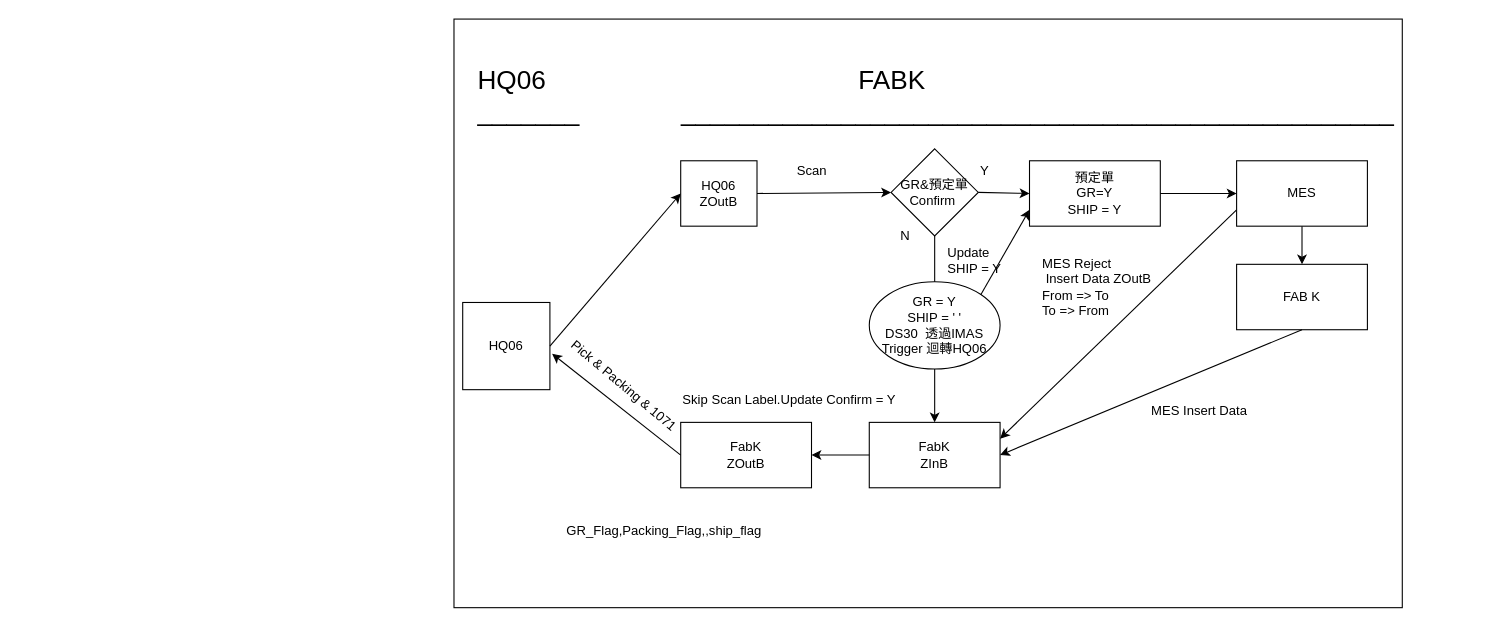
The draw.io diagram FABKtoFAB6.drawio in Charles886/zzcoco, before the edit. Source tidied: cells renumbered, new cells numbered last; positions are measured from the earlier drawing's top-left corner, leaving out a move shared by most shapes. Both pictures are drawn from the tidied source at 109%, with x=0, y=0 at pixel (453, 19).
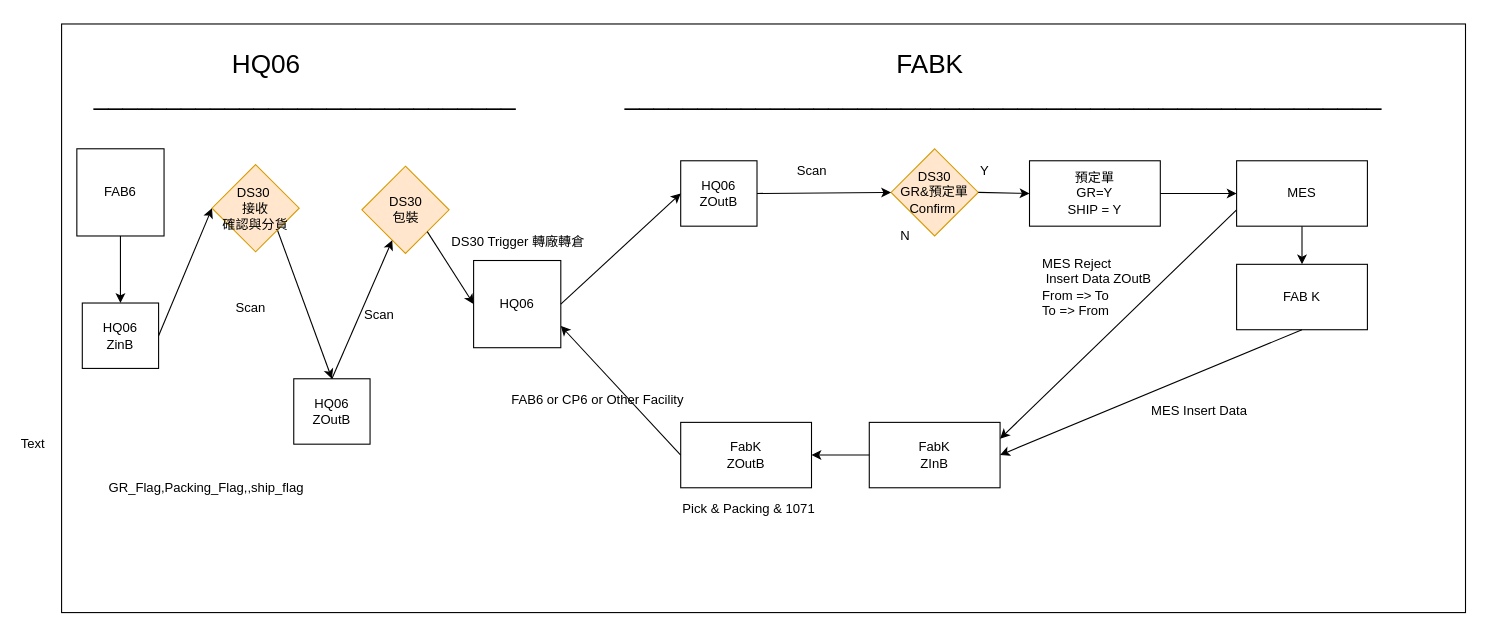
After the change.

Unchanged cells that the change refers to:
```xml
<mxCell id="4" value="FabK&lt;br&gt;ZInB" style="rounded=0;whiteSpace=wrap;html=1;" parent="1" vertex="1">
  <mxGeometry x="381" y="370" width="120" height="60" as="geometry" />
</mxCell>
<mxCell id="5" value="FabK&lt;br&gt;ZOutB" style="rounded=0;whiteSpace=wrap;html=1;" parent="1" vertex="1">
  <mxGeometry x="208" y="370" width="120" height="60" as="geometry" />
</mxCell>
<mxCell id="6" value="預定單&lt;br&gt;GR=Y&lt;br&gt;SHIP = Y" style="rounded=0;whiteSpace=wrap;html=1;" parent="1" vertex="1">
  <mxGeometry x="528" y="130" width="120" height="60" as="geometry" />
</mxCell>
```

Diff of the diagram source:
```diff
@@
     <mxCell id="2" style="rounded=0;whiteSpace=wrap;html=1;" parent="1" vertex="1">
-      <mxGeometry width="870" height="540" as="geometry" />
+      <mxGeometry x="-360" y="4.5" width="1288" height="540" as="geometry" />
     </mxCell>
@@
-    <mxCell id="8" value="GR&amp;amp;預定單Confirm&amp;nbsp;" style="rhombus;whiteSpace=wrap;html=1;" parent="1" vertex="1">
+    <mxCell id="8" value="DS30&lt;br&gt;GR&amp;amp;預定單Confirm&amp;nbsp;" style="rhombus;whiteSpace=wrap;html=1;fillColor=#ffe6cc;strokeColor=#d79b00;" parent="1" vertex="1">
       <mxGeometry x="401" y="119" width="80" height="80" as="geometry" />
     </mxCell>
-    <mxCell id="9" style="endArrow=classic;html=1;exitX=0.5;exitY=1;exitDx=0;exitDy=0;" parent="1" edge="1" source="8" target="4">
-      <mxGeometry relative="1" as="geometry" />
-    </mxCell>
@@
-    <mxCell id="13" value="&lt;br&gt;GR = Y&lt;br&gt;SHIP = ' '&lt;br&gt;DS30&amp;nbsp;&amp;nbsp;透過IMAS&lt;br&gt;Trigger 迴轉HQ06&lt;br&gt;&lt;br&gt;" style="ellipse;whiteSpace=wrap;html=1;" parent="1" vertex="1">
-      <mxGeometry x="381" y="241" width="120" height="80" as="geometry" />
-    </mxCell>
@@
-    <mxCell id="16" value="Skip Scan Label.Update Confirm = Y" style="text;html=1;align=left;verticalAlign=top;spacingTop=-4;" parent="1" vertex="1">
-      <mxGeometry x="208" y="340" width="210" height="20" as="geometry" />
-    </mxCell>
@@
     <mxCell id="18" value="HQ06" style="whiteSpace=wrap;html=1;" parent="1" vertex="1">
-      <mxGeometry x="8" y="260" width="80" height="80" as="geometry" />
+      <mxGeometry x="18" y="221.5" width="80" height="80" as="geometry" />
     </mxCell>
@@
-    <mxCell id="20" style="endArrow=classic;html=1;entryX=1.025;entryY=0.588;entryDx=0;entryDy=0;entryPerimeter=0;exitX=0;exitY=0.5;exitDx=0;exitDy=0;" parent="1" edge="1" source="5" target="18">
-      <mxGeometry relative="1" as="geometry" />
-    </mxCell>
-    <mxCell id="21" value="Pick &amp;amp; Packing &amp;amp; 1071&lt;br&gt;&lt;br&gt;" style="text;html=1;align=left;verticalAlign=top;spacingTop=-4;rotation=40;" parent="1" vertex="1">
-      <mxGeometry x="88" y="330" width="140" height="30" as="geometry" />
+    <mxCell id="21" value="Pick &amp;amp; Packing &amp;amp; 1071&lt;br&gt;&lt;br&gt;" style="text;html=1;align=left;verticalAlign=top;spacingTop=-4;rotation=0;" parent="1" vertex="1">
+      <mxGeometry x="208" y="440" width="140" height="30" as="geometry" />
     </mxCell>
@@
-    <mxCell id="23" value="&lt;font style=&quot;font-size: 24px&quot;&gt;&lt;font style=&quot;font-size: 24px&quot;&gt;HQ06&amp;nbsp; &amp;nbsp; &amp;nbsp; &amp;nbsp; &amp;nbsp; &amp;nbsp; &amp;nbsp; &amp;nbsp; &amp;nbsp; &amp;nbsp; &amp;nbsp; &amp;nbsp; &amp;nbsp; &amp;nbsp; &amp;nbsp; &amp;nbsp; &amp;nbsp; &amp;nbsp; &amp;nbsp; &amp;nbsp; &amp;nbsp; &amp;nbsp;FABK&lt;br&gt;&lt;/font&gt;_______&amp;nbsp; &amp;nbsp; &amp;nbsp; &amp;nbsp; &amp;nbsp; &amp;nbsp; &amp;nbsp; _________________________________________________&amp;nbsp;&lt;/font&gt;&lt;br&gt;" style="text;html=1;align=left;verticalAlign=top;spacingTop=-4;" parent="1" vertex="1">
-      <mxGeometry x="20" y="40" width="850" height="40" as="geometry" />
+    <mxCell id="23" value="&lt;font style=&quot;font-size: 24px&quot;&gt;&lt;font style=&quot;font-size: 24px&quot;&gt;&amp;nbsp; &amp;nbsp; &amp;nbsp; &amp;nbsp; &amp;nbsp; &amp;nbsp; &amp;nbsp; &amp;nbsp; &amp;nbsp; &amp;nbsp;HQ06&amp;nbsp; &amp;nbsp; &amp;nbsp; &amp;nbsp; &amp;nbsp; &amp;nbsp; &amp;nbsp; &amp;nbsp; &amp;nbsp; &amp;nbsp; &amp;nbsp; &amp;nbsp; &amp;nbsp; &amp;nbsp; &amp;nbsp; &amp;nbsp; &amp;nbsp; &amp;nbsp; &amp;nbsp; &amp;nbsp; &amp;nbsp; &amp;nbsp; &amp;nbsp; &amp;nbsp; &amp;nbsp; &amp;nbsp; &amp;nbsp; &amp;nbsp; &amp;nbsp; &amp;nbsp; &amp;nbsp; &amp;nbsp; &amp;nbsp; &amp;nbsp; &amp;nbsp; &amp;nbsp; &amp;nbsp; &amp;nbsp; &amp;nbsp; &amp;nbsp; &amp;nbsp; FABK&lt;br&gt;&lt;/font&gt;_____________________________&amp;nbsp; &amp;nbsp; &amp;nbsp; &amp;nbsp; &amp;nbsp; &amp;nbsp; &amp;nbsp; &amp;nbsp;____________________________________________________&lt;/font&gt;" style="text;html=1;align=left;verticalAlign=top;spacingTop=-4;" parent="1" vertex="1">
+      <mxGeometry x="-332" y="24.5" width="1170" height="40" as="geometry" />
     </mxCell>
@@
-    <mxCell id="26" style="endArrow=classic;html=1;entryX=0;entryY=0.75;entryDx=0;entryDy=0;exitX=1;exitY=0;exitDx=0;exitDy=0;" parent="1" edge="1" source="13" target="6">
-      <mxGeometry relative="1" as="geometry" />
-    </mxCell>
-    <mxCell id="27" value="Update&lt;br&gt;SHIP = Y" style="text;html=1;align=left;verticalAlign=top;spacingTop=-4;" parent="1" vertex="1">
-      <mxGeometry x="451" y="205" width="60" height="30" as="geometry" />
-    </mxCell>
@@
     <mxCell id="32" value="GR_Flag,Packing_Flag,,ship_flag" style="text;html=1;strokeColor=none;fillColor=none;align=center;verticalAlign=middle;whiteSpace=wrap;rounded=0;" parent="1" vertex="1">
-      <mxGeometry x="68" y="460" width="250" height="20" as="geometry" />
+      <mxGeometry x="-352" y="420" width="250" height="20" as="geometry" />
     </mxCell>
+    <mxCell id="33" value="FAB6" style="whiteSpace=wrap;html=1;" parent="1" vertex="1">
+      <mxGeometry x="-346" y="119" width="80" height="80" as="geometry" />
+    </mxCell>
+    <mxCell id="34" value="HQ06&lt;br&gt;ZinB" style="rounded=0;whiteSpace=wrap;html=1;" parent="1" vertex="1">
+      <mxGeometry x="-341" y="260.5" width="70" height="60" as="geometry" />
+    </mxCell>
+    <mxCell id="35" value="HQ06&lt;br&gt;ZOutB" style="rounded=0;whiteSpace=wrap;html=1;" parent="1" vertex="1">
+      <mxGeometry x="-147" y="330" width="70" height="60" as="geometry" />
+    </mxCell>
+    <mxCell id="36" style="endArrow=classic;html=1;exitX=0.5;exitY=1;exitDx=0;exitDy=0;" parent="1" edge="1" source="33" target="34">
+      <mxGeometry relative="1" as="geometry" />
+    </mxCell>
+    <mxCell id="37" style="endArrow=classic;html=1;exitX=1;exitY=1;exitDx=0;exitDy=0;entryX=0.5;entryY=0;entryDx=0;entryDy=0;" parent="1" edge="1" source="39" target="35">
+      <mxGeometry relative="1" as="geometry" />
+    </mxCell>
+    <mxCell id="38" value="DS30&lt;br&gt;包裝" style="rhombus;whiteSpace=wrap;html=1;fillColor=#ffe6cc;strokeColor=#d79b00;" parent="1" vertex="1">
+      <mxGeometry x="-84.5" y="135" width="80" height="80" as="geometry" />
+    </mxCell>
+    <mxCell id="39" value="DS30&amp;nbsp;&lt;br&gt;接收&lt;br&gt;確認與分貨" style="rhombus;whiteSpace=wrap;html=1;fillColor=#ffe6cc;strokeColor=#d79b00;" parent="1" vertex="1">
+      <mxGeometry x="-222" y="133.5" width="80" height="80" as="geometry" />
+    </mxCell>
+    <mxCell id="40" style="endArrow=classic;html=1;entryX=0;entryY=0.5;entryDx=0;entryDy=0;exitX=1;exitY=0.5;exitDx=0;exitDy=0;" parent="1" edge="1" source="34" target="39">
+      <mxGeometry relative="1" as="geometry" />
+    </mxCell>
+    <mxCell id="41" style="endArrow=classic;html=1;exitX=0.5;exitY=0;exitDx=0;exitDy=0;" parent="1" edge="1" source="35" target="38">
+      <mxGeometry relative="1" as="geometry" />
+    </mxCell>
+    <mxCell id="42" style="endArrow=classic;html=1;entryX=0;entryY=0.5;entryDx=0;entryDy=0;exitX=1;exitY=1;exitDx=0;exitDy=0;" parent="1" edge="1" source="38" target="18">
+      <mxGeometry relative="1" as="geometry" />
+    </mxCell>
+    <mxCell id="43" value="Text" style="text;html=1;align=left;verticalAlign=top;spacingTop=-4;" parent="1" vertex="1">
+      <mxGeometry x="-399" y="379.5" width="40" height="20" as="geometry" />
+    </mxCell>
+    <mxCell id="44" value="Scan" style="text;html=1;align=left;verticalAlign=top;spacingTop=-4;" parent="1" vertex="1">
+      <mxGeometry x="-202" y="255" width="40" height="20" as="geometry" />
+    </mxCell>
+    <mxCell id="45" value="Scan&lt;br&gt;&lt;br&gt;" style="text;html=1;align=left;verticalAlign=top;spacingTop=-4;" parent="1" vertex="1">
+      <mxGeometry x="-84.5" y="261.5" width="40" height="30" as="geometry" />
+    </mxCell>
+    <mxCell id="46" value="DS30 Trigger 轉廠轉倉" style="text;html=1;align=left;verticalAlign=top;spacingTop=-4;" parent="1" vertex="1">
+      <mxGeometry x="-4.5" y="195" width="140" height="20" as="geometry" />
+    </mxCell>
+    <mxCell id="20" style="endArrow=classic;html=1;entryX=1;entryY=0.75;entryDx=0;entryDy=0;exitX=0;exitY=0.5;exitDx=0;exitDy=0;" parent="1" edge="1" source="5" target="18">
+      <mxGeometry relative="1" as="geometry" />
+    </mxCell>
+    <mxCell id="47" value="FAB6 or CP6 or Other Facility" style="text;html=1;align=left;verticalAlign=top;spacingTop=-4;" parent="1" vertex="1">
+      <mxGeometry x="50.5" y="340" width="170" height="20" as="geometry" />
+    </mxCell>
```
